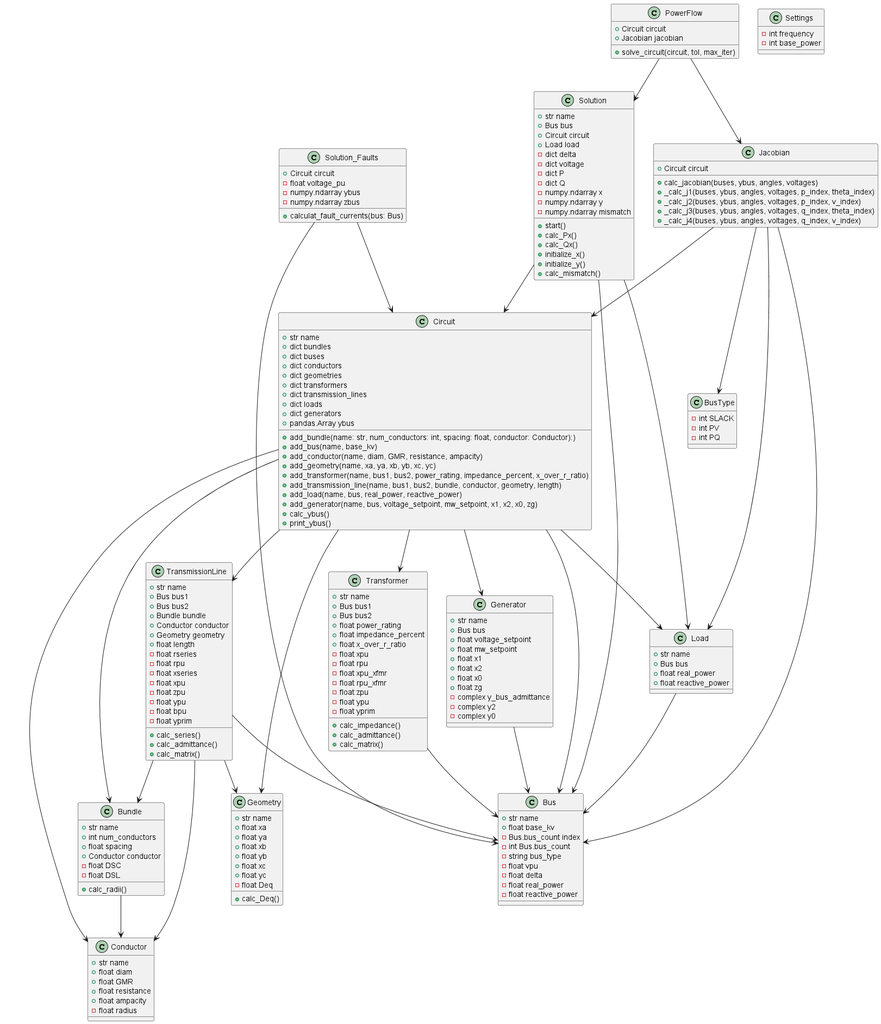
Before: out/circuit/circuit.png, a diagram exported from PlantUML (AJG184-Pitt/Project-3---GUI-Frontend). Its diagram source:
```plantuml
@startuml
class Circuit {
    +str name
    +dict bundles
    +dict buses
    +dict conductors
    +dict geometries
    +dict transformers
    +dict transmission_lines
    +dict loads
    +dict generators
    +pandas.Array ybus

    +add_bundle(name: str, num_conductors: int, spacing: float, conductor: Conductor):)
    +add_bus(name, base_kv)
    +add_conductor(name, diam, GMR, resistance, ampacity)
    +add_geometry(name, xa, ya, xb, yb, xc, yc)
    +add_transformer(name, bus1, bus2, power_rating, impedance_percent, x_over_r_ratio)
    +add_transmission_line(name, bus1, bus2, bundle, conductor, geometry, length)
    +add_load(name, bus, real_power, reactive_power)
    +add_generator(name, bus, voltage_setpoint, mw_setpoint, x1, x2, x0, zg)
    +calc_ybus()
    +print_ybus()
}

class Bundle {
    +str name
    +int num_conductors
    +float spacing
    +Conductor conductor
    -float DSC
    -float DSL

    +calc_radii()
}

class Bus {
    +str name
    +float base_kv
    -Bus.bus_count index
    -int Bus.bus_count
    -string bus_type
    -float vpu
    -float delta
    -float real_power
    -float reactive_power
}

class Conductor {
    +str name
    +float diam
    +float GMR
    +float resistance
    +float ampacity
    -float radius
}

class Geometry {
    +str name
    +float xa
    +float ya
    +float xb
    +float yb
    +float xc
    +float yc
    -float Deq

    +calc_Deq()
}

class Transformer {
    +str name
    +Bus bus1
    +Bus bus2
    +float power_rating
    +float impedance_percent
    +float x_over_r_ratio
    -float xpu
    -float rpu
    -float xpu_xfmr
    -float rpu_xfmr
    -float zpu
    -float ypu
    -float yprim

    +calc_impedance()
    +calc_admittance()
    +calc_matrix()
}

class TransmissionLine {
    +str name
    +Bus bus1
    +Bus bus2
    +Bundle bundle
    +Conductor conductor
    +Geometry geometry
    +float length
    -float rseries
    -float rpu
    -float xseries
    -float xpu
    -float zpu
    -float ypu
    -float bpu
    -float yprim

    +calc_series()
    +calc_admittance()
    +calc_matrix()
}

class Load {
    +str name
    +Bus bus
    +float real_power
    +float reactive_power
}

class Generator {
    +str name
    +Bus bus
    +float voltage_setpoint
    +float mw_setpoint
    +float x1
    +float x2
    +float x0
    +float zg
    -complex y_bus_admittance
    -complex y2
    -complex y0
}

class Settings {
    -int frequency
    -int base_power
}

class Solution {
    +str name
    +Bus bus
    +Circuit circuit
    +Load load
    -dict delta
    -dict voltage
    -dict P
    -dict Q
    -numpy.ndarray x
    -numpy.ndarray y
    -numpy.ndarray mismatch

    +start()
    +calc_Px()
    +calc_Qx()
    +initialize_x()
    +initialize_y()
    +calc_mismatch()
}

class Solution_Faults {
    +Circuit circuit
    -float voltage_pu
    -numpy.ndarray ybus
    -numpy.ndarray zbus

    +calculat_fault_currents(bus: Bus)
}

class BusType {
    -int SLACK
    -int PV
    -int PQ
}

class Jacobian {
    +Circuit circuit

    +calc_jacobian(buses, ybus, angles, voltages)
    +_calc_j1(buses, ybus, angles, voltages, p_index, theta_index)
    +_calc_j2(buses, ybus, angles, voltages, p_index, v_index)
    +_calc_j3(buses, ybus, angles, voltages, q_index, theta_index)
    +_calc_j4(buses, ybus, angles, voltages, q_index, v_index)
}

class PowerFlow {
    +Circuit circuit
    +Jacobian jacobian

    +solve_circuit(circuit, tol, max_iter)
}

Circuit --> Bundle
Circuit --> Bus
Circuit --> Conductor
Circuit --> Geometry
Circuit --> Transformer
Circuit --> TransmissionLine
Circuit --> Load
Circuit --> Generator

Bundle --> Conductor

Transformer --> Bus

TransmissionLine --> Bus
TransmissionLine --> Conductor
TransmissionLine --> Geometry
TransmissionLine --> Bundle

Load --> Bus

Generator --> Bus

Solution --> Bus
Solution --> Circuit
Solution --> Load

Solution_Faults --> Bus
Solution_Faults --> Circuit

Jacobian --> BusType
Jacobian --> Circuit
Jacobian --> Bus
Jacobian --> Load

PowerFlow --> Jacobian
PowerFlow --> Solution

@enduml
```
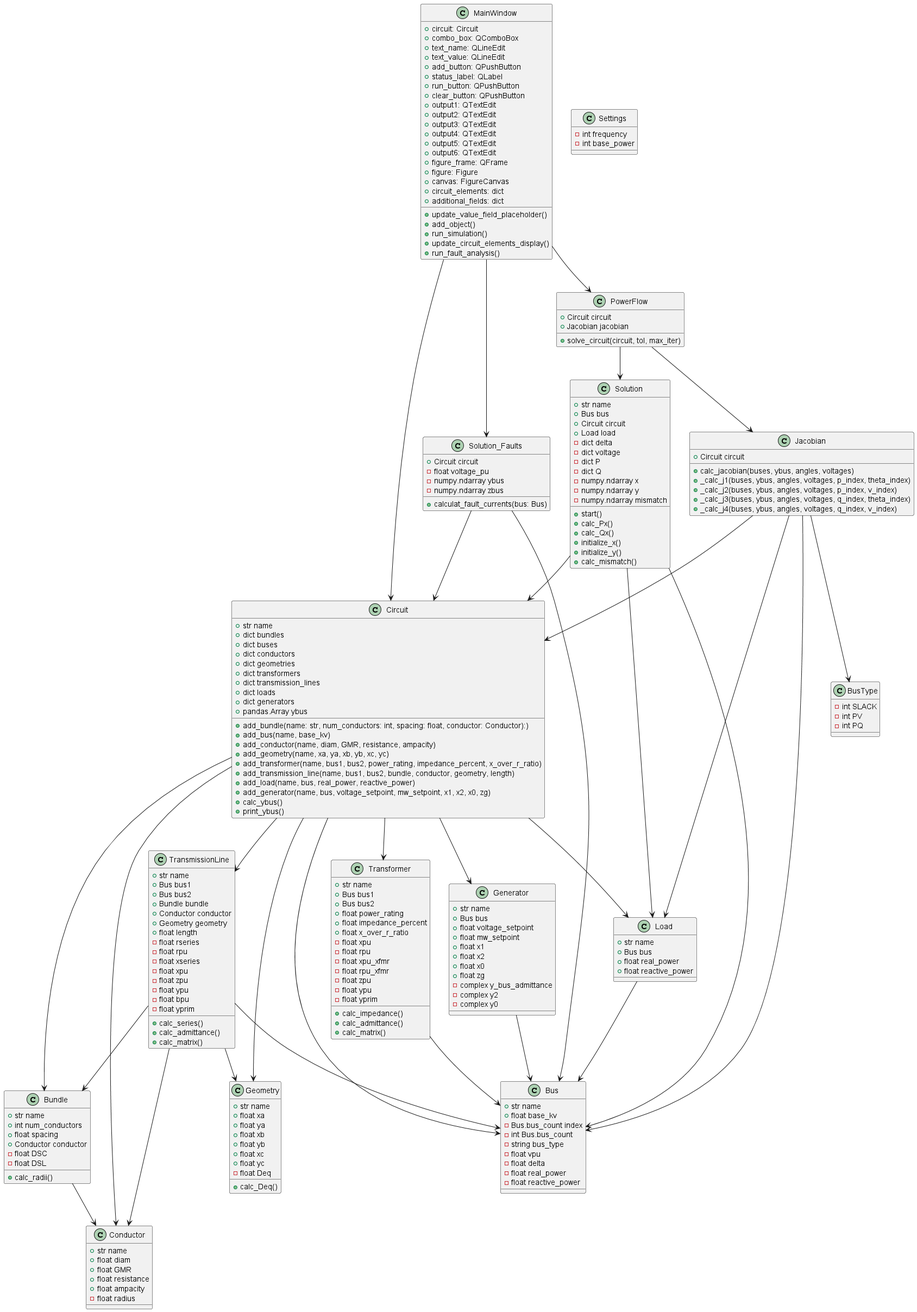
After the change.

What changed in the source:
```diff
@@ -189,6 +189,33 @@
     +solve_circuit(circuit, tol, max_iter)
 }
 
+class MainWindow {
+    +circuit: Circuit
+    +combo_box: QComboBox
+    +text_name: QLineEdit
+    +text_value: QLineEdit
+    +add_button: QPushButton
+    +status_label: QLabel
+    +run_button: QPushButton
+    +clear_button: QPushButton
+    +output1: QTextEdit
+    +output2: QTextEdit
+    +output3: QTextEdit
+    +output4: QTextEdit
+    +output5: QTextEdit
+    +output6: QTextEdit
+    +figure_frame: QFrame
+    +figure: Figure
+    +canvas: FigureCanvas
+    +circuit_elements: dict
+    +additional_fields: dict
+    +update_value_field_placeholder()
+    +add_object()
+    +run_simulation()
+    +update_circuit_elements_display()
+    +run_fault_analysis()
+}
+
 Circuit --> Bundle
 Circuit --> Bus
 Circuit --> Conductor
@@ -226,4 +253,8 @@
 PowerFlow --> Jacobian
 PowerFlow --> Solution
 
+MainWindow --> Circuit
+MainWindow --> PowerFlow
+MainWindow --> Solution_Faults
+
 @enduml
```
